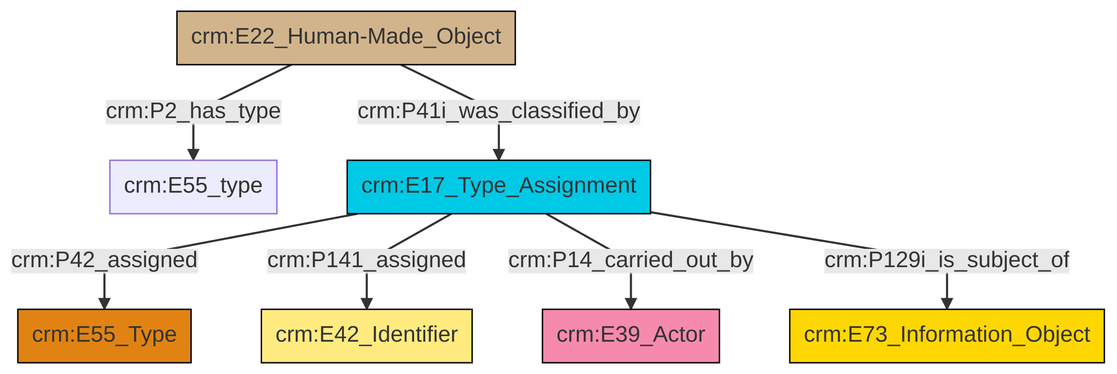
Before: et/builtWorkCSV/ttl/mmd/png/Built_Work_designation_status.png, a diagram exported from Mermaid (swiss-art-research-net/docs.swissartresearch). Its source is kept beside it as et/builtWorkCSV/ttl/mmd/Built_Work_designation_status.ttl.mmd.
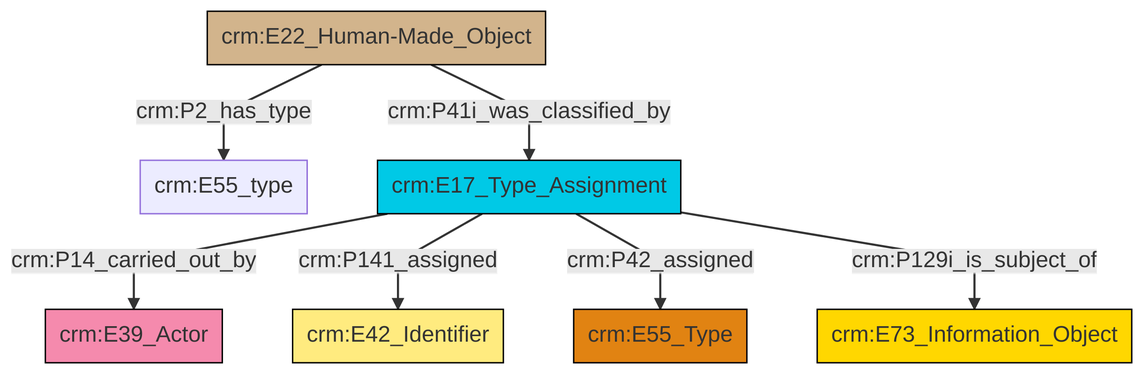
After the change.

The edit, as a diff of the source:
```diff
@@ -13,9 +13,9 @@
 classDef PC_Classes fill:#4ce600, stroke:#000000;
 classDef Multi fill:#cccccc,stroke:#000000;
 
-2["crm:E22_Human-Made_Object"]:::Physical_Thing -->|crm:P2_has_type| 3["crm:E55_type"]:::Default
-2["crm:E22_Human-Made_Object"]:::Physical_Thing -->|crm:P41i_was_classified_by| 6["crm:E17_Type_Assignment"]:::Temporal_Entity
-6["crm:E17_Type_Assignment"]:::Temporal_Entity -->|crm:P42_assigned| 7["crm:E55_Type"]:::Type
-6["crm:E17_Type_Assignment"]:::Temporal_Entity -->|crm:P141_assigned| 8["crm:E42_Identifier"]:::Appellation
-6["crm:E17_Type_Assignment"]:::Temporal_Entity -->|crm:P14_carried_out_by| 11["crm:E39_Actor"]:::Actor
-6["crm:E17_Type_Assignment"]:::Temporal_Entity -->|crm:P129i_is_subject_of| 0["crm:E73_Information_Object"]:::Conceptual_Object
+0["crm:E22_Human-Made_Object"]:::Physical_Thing -->|crm:P2_has_type| 1["crm:E55_type"]:::Default
+2["crm:E17_Type_Assignment"]:::Temporal_Entity -->|crm:P14_carried_out_by| 3["crm:E39_Actor"]:::Actor
+2["crm:E17_Type_Assignment"]:::Temporal_Entity -->|crm:P141_assigned| 4["crm:E42_Identifier"]:::Appellation
+0["crm:E22_Human-Made_Object"]:::Physical_Thing -->|crm:P41i_was_classified_by| 2["crm:E17_Type_Assignment"]:::Temporal_Entity
+2["crm:E17_Type_Assignment"]:::Temporal_Entity -->|crm:P42_assigned| 5["crm:E55_Type"]:::Type
+2["crm:E17_Type_Assignment"]:::Temporal_Entity -->|crm:P129i_is_subject_of| 6["crm:E73_Information_Object"]:::Conceptual_Object
```
